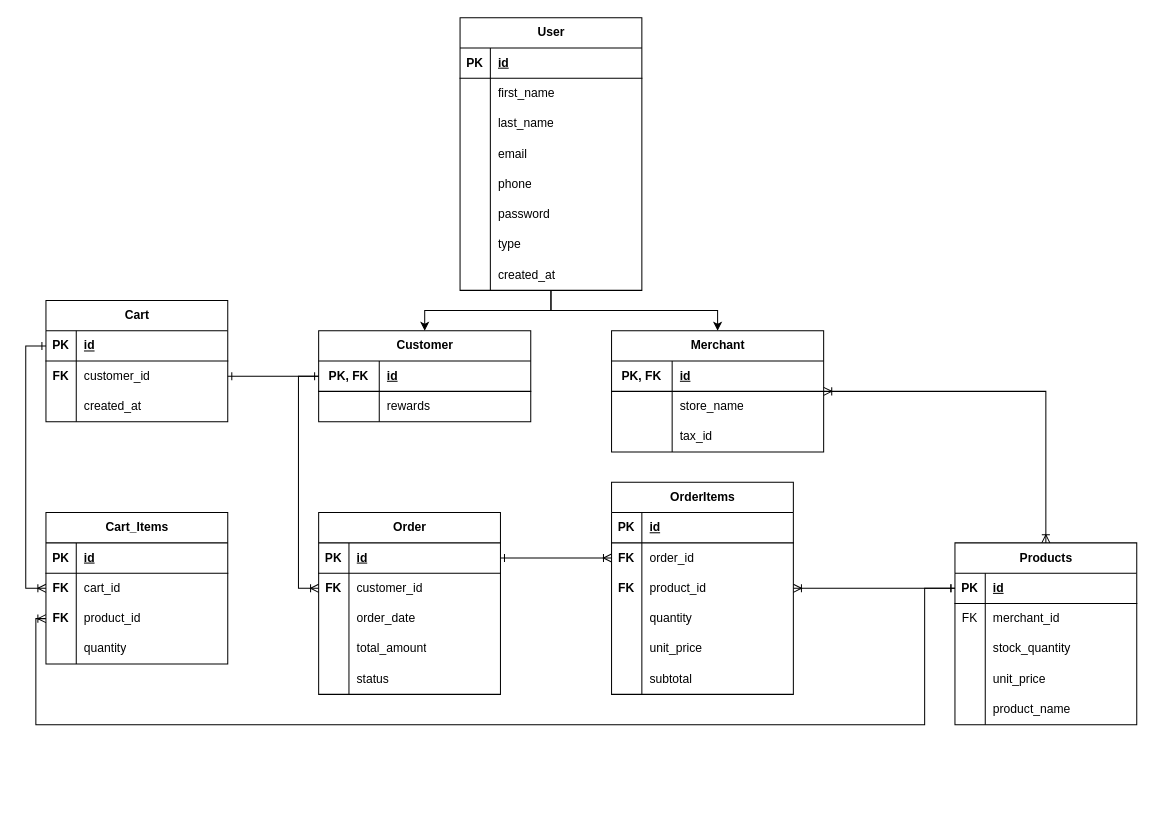
Above: IOM.drawio in myrson2/Order-Management-System-using-FASTAPI (draw.io), before the change. Source tidied: cells renumbered, new cells numbered last; positions are measured from the earlier drawing's top-left corner, leaving out a move shared by most shapes. Both pictures are drawn from the tidied source at 101%, with x=0, y=0 at pixel (35, 17).
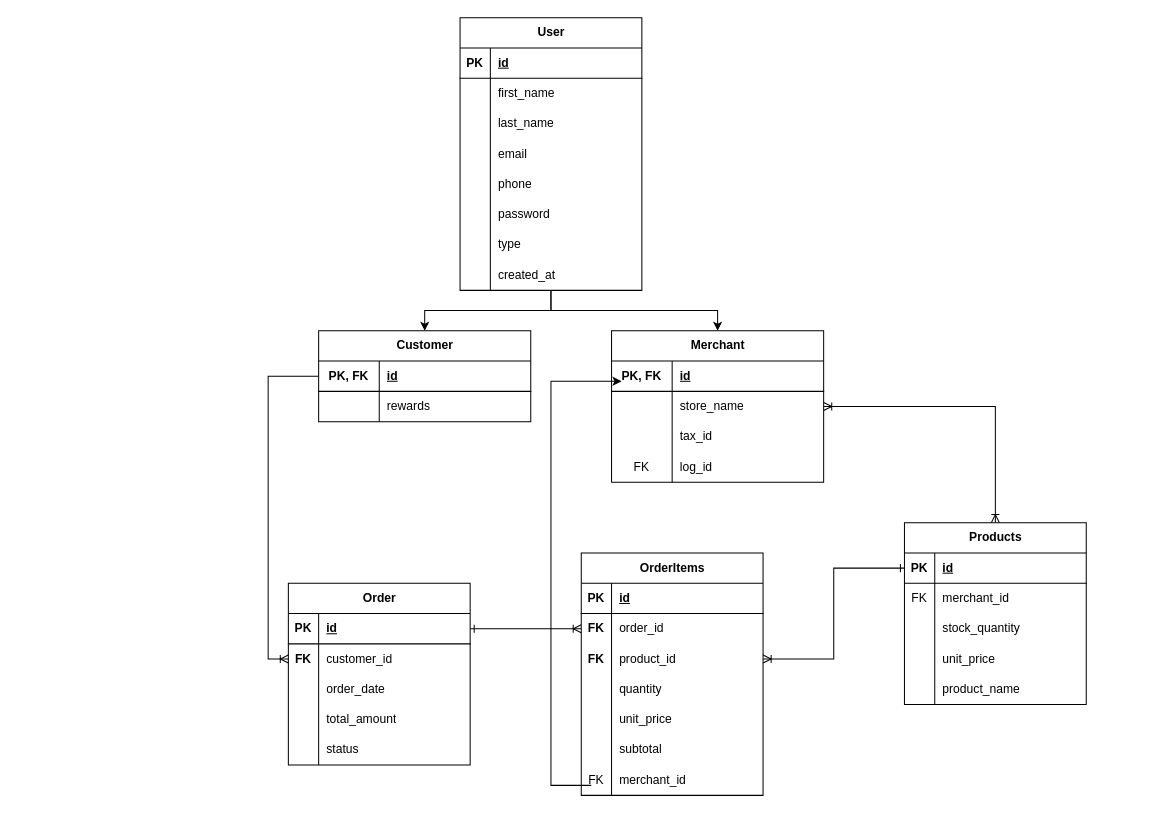
After the change.

Commit message (it also covers changes not shown here):
Add customer shopping interface and improve validation feedback

Unchanged cells that the change refers to:
```xml
<mxCell id="4" style="shape=tableRow;horizontal=0;startSize=0;swimlaneHead=0;swimlaneBody=0;fillColor=none;points=[[0,0.5],[1,0.5]];portConstraint=eastwest;top=0;left=0;right=0;bottom=1;" parent="3" vertex="1">
  <mxGeometry y="30" width="210" height="30" as="geometry" />
</mxCell>
<mxCell id="86" style="shape=tableRow;horizontal=0;startSize=0;swimlaneHead=0;swimlaneBody=0;fillColor=none;points=[[0,0.5],[1,0.5]];portConstraint=eastwest;top=0;left=0;right=0;bottom=1;" parent="85" vertex="1">
  <mxGeometry y="30" width="180" height="30" as="geometry" />
</mxCell>
```

The edit, as a diff of the source:
```diff
@@
-    <mxCell id="2" style="edgeStyle=orthogonalEdgeStyle;rounded=0;jettySize=auto;html=1;entryX=1;entryY=0.5;entryDx=0;entryDy=0;exitX=0;exitY=0.5;exitDx=0;exitDy=0;endArrow=ERone;endFill=0;startArrow=ERone;startFill=0;" parent="1" edge="1" source="4" target="105">
-      <mxGeometry relative="1" as="geometry" />
-    </mxCell>
@@
     <mxCell id="10" value="Order" style="shape=table;startSize=30;childLayout=tableLayout;rowLines=0;fontStyle=1;align=center;html=1;" parent="1" vertex="1">
-      <mxGeometry x="280" y="490" width="180" height="180" as="geometry" />
+      <mxGeometry x="250" y="560" width="180" height="180" as="geometry" />
     </mxCell>
@@
     <mxCell id="27" value="OrderItems" style="shape=table;startSize=30;childLayout=tableLayout;rowLines=0;fontStyle=1;align=center;html=1;" parent="1" vertex="1">
-      <mxGeometry x="570" y="460" width="180" height="210" as="geometry" />
+      <mxGeometry x="540" y="530" width="180" height="240" as="geometry" />
     </mxCell>
@@
+    <mxCell id="127" style="shape=tableRow;horizontal=0;startSize=0;swimlaneHead=0;swimlaneBody=0;fillColor=none;top=0;left=0;right=0;bottom=0;" parent="27" vertex="1">
+      <mxGeometry y="210" width="180" height="30" as="geometry" />
+    </mxCell>
+    <mxCell id="128" value="FK" style="shape=partialRectangle;fillColor=none;top=0;left=0;bottom=0;right=0;overflow=hidden;whiteSpace=wrap;html=1;" parent="127" vertex="1">
+      <mxGeometry width="30" height="30" as="geometry" />
+    </mxCell>
+    <mxCell id="129" value="merchant_id" style="shape=partialRectangle;fillColor=none;top=0;left=0;bottom=0;right=0;align=left;spacingLeft=6;overflow=hidden;whiteSpace=wrap;html=1;" parent="127" vertex="1">
+      <mxGeometry x="30" width="150" height="30" as="geometry" />
+    </mxCell>
@@
     <mxCell id="74" value="Merchant" style="shape=table;startSize=30;childLayout=tableLayout;rowLines=0;fontStyle=1;align=center;html=1;" parent="1" vertex="1">
-      <mxGeometry x="570" y="310" width="210" height="120" as="geometry" />
+      <mxGeometry x="570" y="310" width="210" height="150" as="geometry" />
     </mxCell>
@@
+    <mxCell id="130" style="shape=tableRow;horizontal=0;startSize=0;swimlaneHead=0;swimlaneBody=0;fillColor=none;top=0;left=0;right=0;bottom=0;" parent="74" vertex="1">
+      <mxGeometry y="120" width="210" height="30" as="geometry" />
+    </mxCell>
+    <mxCell id="131" value="FK" style="shape=partialRectangle;fillColor=none;top=0;left=0;bottom=0;right=0;overflow=hidden;whiteSpace=wrap;html=1;" parent="130" vertex="1">
+      <mxGeometry width="60" height="30" as="geometry" />
+    </mxCell>
+    <mxCell id="132" value="log_id" style="shape=partialRectangle;fillColor=none;top=0;left=0;bottom=0;right=0;align=left;spacingLeft=6;overflow=hidden;whiteSpace=wrap;html=1;" parent="130" vertex="1">
+      <mxGeometry x="60" width="150" height="30" as="geometry" />
+    </mxCell>
@@
     <mxCell id="85" value="Products" style="shape=table;startSize=30;childLayout=tableLayout;rowLines=0;fontStyle=1;align=center;html=1;" parent="1" vertex="1">
-      <mxGeometry x="910" y="520" width="180" height="180" as="geometry" />
+      <mxGeometry x="860" y="500" width="180" height="180" as="geometry" />
     </mxCell>
@@
-    <mxCell id="101" value="Cart" style="shape=table;startSize=30;childLayout=tableLayout;rowLines=0;fontStyle=1;align=center;html=1;" parent="1" vertex="1">
-      <mxGeometry x="10" y="280" width="180" height="120" as="geometry" />
-    </mxCell>
-    <mxCell id="102" style="shape=tableRow;horizontal=0;startSize=0;swimlaneHead=0;swimlaneBody=0;fillColor=none;points=[[0,0.5],[1,0.5]];portConstraint=eastwest;top=0;left=0;right=0;bottom=1;" parent="101" vertex="1">
-      <mxGeometry y="30" width="180" height="30" as="geometry" />
-    </mxCell>
-    <mxCell id="103" value="PK" style="shape=partialRectangle;fillColor=none;top=0;left=0;bottom=0;right=0;fontStyle=1;overflow=hidden;whiteSpace=wrap;html=1;" parent="102" vertex="1">
-      <mxGeometry width="30" height="30" as="geometry" />
-    </mxCell>
-    <mxCell id="104" value="id" style="shape=partialRectangle;fillColor=none;top=0;left=0;bottom=0;right=0;align=left;spacingLeft=6;fontStyle=5;overflow=hidden;whiteSpace=wrap;html=1;" parent="102" vertex="1">
-      <mxGeometry x="30" width="150" height="30" as="geometry" />
-    </mxCell>
-    <mxCell id="105" style="shape=tableRow;horizontal=0;startSize=0;swimlaneHead=0;swimlaneBody=0;fillColor=none;points=[[0,0.5],[1,0.5]];portConstraint=eastwest;top=0;left=0;right=0;bottom=0;" parent="101" vertex="1">
-      <mxGeometry y="60" width="180" height="30" as="geometry" />
-    </mxCell>
-    <mxCell id="106" value="&lt;b&gt;FK&lt;/b&gt;" style="shape=partialRectangle;fillColor=none;top=0;left=0;bottom=0;right=0;overflow=hidden;whiteSpace=wrap;html=1;" parent="105" vertex="1">
-      <mxGeometry width="30" height="30" as="geometry" />
-    </mxCell>
-    <mxCell id="107" value="customer_id" style="shape=partialRectangle;fillColor=none;top=0;left=0;bottom=0;right=0;align=left;spacingLeft=6;overflow=hidden;whiteSpace=wrap;html=1;" parent="105" vertex="1">
-      <mxGeometry x="30" width="150" height="30" as="geometry" />
-    </mxCell>
-    <mxCell id="108" style="shape=tableRow;horizontal=0;startSize=0;swimlaneHead=0;swimlaneBody=0;fillColor=none;top=0;left=0;right=0;bottom=0;" parent="101" vertex="1">
-      <mxGeometry y="90" width="180" height="30" as="geometry" />
-    </mxCell>
-    <mxCell id="109" style="shape=partialRectangle;fillColor=none;top=0;left=0;bottom=0;right=0;overflow=hidden;whiteSpace=wrap;html=1;" parent="108" vertex="1">
-      <mxGeometry width="30" height="30" as="geometry" />
-    </mxCell>
-    <mxCell id="110" value="created_at" style="shape=partialRectangle;fillColor=none;top=0;left=0;bottom=0;right=0;align=left;spacingLeft=6;overflow=hidden;whiteSpace=wrap;html=1;" parent="108" vertex="1">
-      <mxGeometry x="30" width="150" height="30" as="geometry" />
-    </mxCell>
-    <mxCell id="111" value="Cart_Items" style="shape=table;startSize=30;childLayout=tableLayout;rowLines=0;fontStyle=1;align=center;html=1;" parent="1" vertex="1">
-      <mxGeometry x="10" y="490" width="180" height="150" as="geometry" />
-    </mxCell>
-    <mxCell id="112" style="shape=tableRow;horizontal=0;startSize=0;swimlaneHead=0;swimlaneBody=0;fillColor=none;top=0;left=0;right=0;bottom=1;" parent="111" vertex="1">
-      <mxGeometry y="30" width="180" height="30" as="geometry" />
-    </mxCell>
-    <mxCell id="113" value="PK" style="shape=partialRectangle;fillColor=none;top=0;left=0;bottom=0;right=0;fontStyle=1;overflow=hidden;whiteSpace=wrap;html=1;" parent="112" vertex="1">
-      <mxGeometry width="30" height="30" as="geometry" />
-    </mxCell>
-    <mxCell id="114" value="id" style="shape=partialRectangle;fillColor=none;top=0;left=0;bottom=0;right=0;align=left;spacingLeft=6;fontStyle=5;overflow=hidden;whiteSpace=wrap;html=1;" parent="112" vertex="1">
-      <mxGeometry x="30" width="150" height="30" as="geometry" />
-    </mxCell>
-    <mxCell id="115" style="shape=tableRow;horizontal=0;startSize=0;swimlaneHead=0;swimlaneBody=0;fillColor=none;points=[[0,0.5],[1,0.5]];portConstraint=eastwest;top=0;left=0;right=0;bottom=0;" parent="111" vertex="1">
-      <mxGeometry y="60" width="180" height="30" as="geometry" />
-    </mxCell>
-    <mxCell id="116" value="&lt;b&gt;FK&lt;/b&gt;" style="shape=partialRectangle;fillColor=none;top=0;left=0;bottom=0;right=0;overflow=hidden;whiteSpace=wrap;html=1;" parent="115" vertex="1">
-      <mxGeometry width="30" height="30" as="geometry" />
-    </mxCell>
-    <mxCell id="117" value="cart_id" style="shape=partialRectangle;fillColor=none;top=0;left=0;bottom=0;right=0;align=left;spacingLeft=6;overflow=hidden;whiteSpace=wrap;html=1;" parent="115" vertex="1">
-      <mxGeometry x="30" width="150" height="30" as="geometry" />
-    </mxCell>
-    <mxCell id="118" style="shape=tableRow;horizontal=0;startSize=0;swimlaneHead=0;swimlaneBody=0;fillColor=none;points=[[0,0.5],[1,0.5]];portConstraint=eastwest;top=0;left=0;right=0;bottom=0;" parent="111" vertex="1">
-      <mxGeometry y="90" width="180" height="30" as="geometry" />
-    </mxCell>
-    <mxCell id="119" value="&lt;b&gt;FK&lt;/b&gt;" style="shape=partialRectangle;fillColor=none;top=0;left=0;bottom=0;right=0;overflow=hidden;whiteSpace=wrap;html=1;" parent="118" vertex="1">
-      <mxGeometry width="30" height="30" as="geometry" />
-    </mxCell>
-    <mxCell id="120" value="product_id" style="shape=partialRectangle;fillColor=none;top=0;left=0;bottom=0;right=0;align=left;spacingLeft=6;overflow=hidden;whiteSpace=wrap;html=1;" parent="118" vertex="1">
-      <mxGeometry x="30" width="150" height="30" as="geometry" />
-    </mxCell>
-    <mxCell id="121" style="shape=tableRow;horizontal=0;startSize=0;swimlaneHead=0;swimlaneBody=0;fillColor=none;top=0;left=0;right=0;bottom=0;" parent="111" vertex="1">
-      <mxGeometry y="120" width="180" height="30" as="geometry" />
-    </mxCell>
-    <mxCell id="122" style="shape=partialRectangle;fillColor=none;top=0;left=0;bottom=0;right=0;overflow=hidden;whiteSpace=wrap;html=1;" parent="121" vertex="1">
-      <mxGeometry width="30" height="30" as="geometry" />
-    </mxCell>
-    <mxCell id="123" value="quantity" style="shape=partialRectangle;fillColor=none;top=0;left=0;bottom=0;right=0;align=left;spacingLeft=6;overflow=hidden;whiteSpace=wrap;html=1;" parent="121" vertex="1">
-      <mxGeometry x="30" width="150" height="30" as="geometry" />
-    </mxCell>
@@
-    <mxCell id="125" style="edgeStyle=orthogonalEdgeStyle;rounded=0;jettySize=auto;html=1;entryX=0;entryY=0.5;entryDx=0;entryDy=0;endArrow=ERoneToMany;endFill=0;startArrow=ERone;startFill=0;" parent="1" edge="1" source="102" target="115">
-      <mxGeometry relative="1" as="geometry" />
-    </mxCell>
-    <mxCell id="126" style="edgeStyle=orthogonalEdgeStyle;rounded=0;jettySize=auto;html=1;entryX=0;entryY=0.5;entryDx=0;entryDy=0;exitX=0;exitY=0.5;exitDx=0;exitDy=0;endArrow=ERone;endFill=0;startArrow=ERoneToMany;startFill=0;" parent="1" edge="1" source="118" target="86">
-      <mxGeometry relative="1" as="geometry">
-        <Array as="points">
-          <mxPoint y="595" />
-          <mxPoint y="700" />
-          <mxPoint x="880" y="700" />
-          <mxPoint x="880" y="565" />
-        </Array>
-      </mxGeometry>
-    </mxCell>
+    <mxCell id="133" style="edgeStyle=orthogonalEdgeStyle;rounded=0;orthogonalLoop=1;jettySize=auto;html=1;entryX=0;entryY=0.5;entryDx=0;entryDy=0;" parent="1" edge="1">
+      <mxGeometry relative="1" as="geometry">
+        <mxPoint x="549.9" y="760.1" as="sourcePoint" />
+        <mxPoint x="579.9" y="360" as="targetPoint" />
+        <Array as="points">
+          <mxPoint x="510" y="760.1" />
+          <mxPoint x="510" y="360.1" />
+        </Array>
+      </mxGeometry>
+    </mxCell>
```
